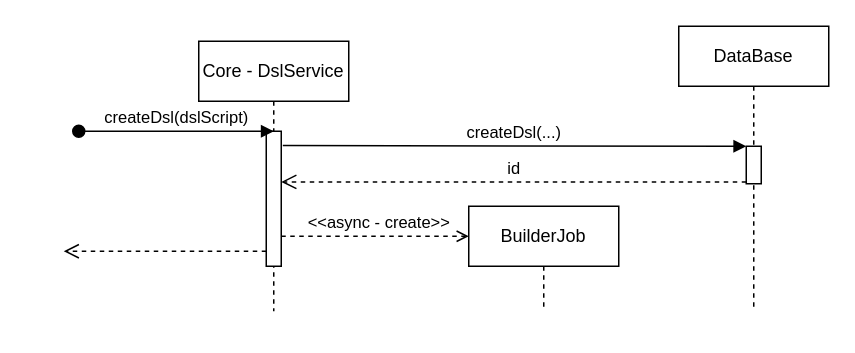
Before: page "Copy of Page-2" (2 of 3) of doc/src/content/75_implementation/process.drawio in Tiegris/KonstrainR, a draw.io diagram. Source tidied: cells renumbered, new cells numbered last; positions are measured from the earlier drawing's top-left corner, leaving out a move shared by most shapes. Both pictures are drawn from the tidied source at 150%, with x=0, y=0 at pixel (63, 26).
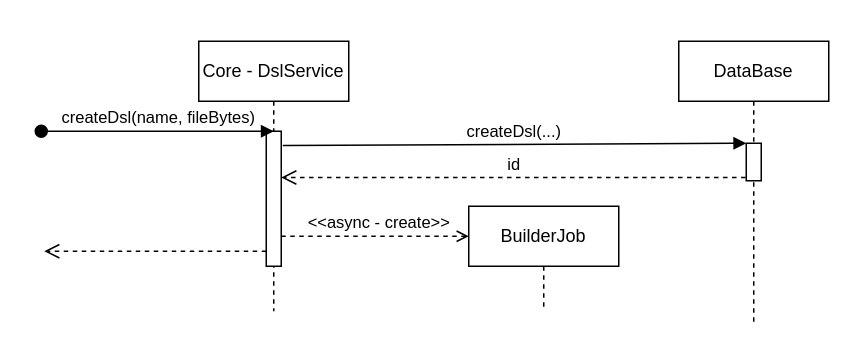
Above is the later version.

Diff of the diagram source:
```diff
@@
 <mxGraphModel>
   <root>
     <mxCell id="0" />
     <mxCell id="1" parent="0" />
     <mxCell id="2" value="Core - DslService" style="shape=umlLifeline;perimeter=lifelinePerimeter;whiteSpace=wrap;html=1;" parent="1" vertex="1">
       <mxGeometry x="90" y="10" width="100" height="180" as="geometry" />
     </mxCell>
     <mxCell id="3" style="html=1;points=[];perimeter=orthogonalPerimeter;" parent="2" vertex="1">
       <mxGeometry x="45" y="60" width="10" height="90" as="geometry" />
     </mxCell>
-    <mxCell id="4" value="createDsl(dslScript)" style="html=1;verticalAlign=bottom;startArrow=oval;endArrow=block;startSize=8;" parent="2" edge="1">
+    <mxCell id="4" value="createDsl(name, fileBytes)" style="html=1;verticalAlign=bottom;startArrow=oval;endArrow=block;startSize=8;" parent="2" edge="1">
       <mxGeometry relative="1" as="geometry">
-        <mxPoint x="-80" y="60" as="sourcePoint" />
+        <mxPoint x="-105" y="60" as="sourcePoint" />
         <mxPoint x="50" y="60" as="targetPoint" />
       </mxGeometry>
     </mxCell>
     <mxCell id="5" value="DataBase" style="shape=umlLifeline;perimeter=lifelinePerimeter;whiteSpace=wrap;html=1;" parent="1" vertex="1">
-      <mxGeometry x="410" width="100" height="190" as="geometry" />
+      <mxGeometry x="410" y="10" width="100" height="190" as="geometry" />
     </mxCell>
     <mxCell id="6" style="html=1;points=[];perimeter=orthogonalPerimeter;" parent="5" vertex="1">
-      <mxGeometry x="45" y="80" width="10" height="25" as="geometry" />
+      <mxGeometry x="45" y="68" width="10" height="25" as="geometry" />
     </mxCell>
     <mxCell id="7" style="html=1;verticalAlign=bottom;labelBackgroundColor=none;endArrow=open;endFill=0;dashed=1;" parent="1" edge="1" source="3">
       <mxGeometry relative="1" as="geometry">
         <mxPoint x="270" y="140" as="targetPoint" />
       </mxGeometry>
     </mxCell>
     <mxCell id="8" value="&amp;lt;&amp;lt;async - create&amp;gt;&amp;gt;" style="edgeLabel;html=1;align=center;verticalAlign=middle;" parent="7" vertex="1">
       <mxGeometry x="0.45" relative="1" as="geometry">
         <mxPoint x="-27" y="-10" as="offset" />
       </mxGeometry>
     </mxCell>
     <mxCell id="9" value="BuilderJob" style="shape=umlLifeline;perimeter=lifelinePerimeter;whiteSpace=wrap;html=1;" parent="1" vertex="1">
       <mxGeometry x="270" y="120" width="100" height="70" as="geometry" />
     </mxCell>
     <mxCell id="10" value="createDsl(...)" style="html=1;verticalAlign=bottom;endArrow=block;entryX=0;entryY=0;exitX=1.104;exitY=0.106;exitDx=0;exitDy=0;exitPerimeter=0;" parent="1" edge="1" source="3" target="6">
       <mxGeometry relative="1" as="geometry" />
     </mxCell>
-    <mxCell id="11" value="id" style="html=1;verticalAlign=bottom;endArrow=open;dashed=1;endSize=8;exitX=0;exitY=0.95;" parent="1" edge="1" source="6" target="3">
+    <mxCell id="11" value="id" style="html=1;verticalAlign=bottom;endArrow=open;dashed=1;endSize=8;exitX=-0.047;exitY=0.913;exitDx=0;exitDy=0;exitPerimeter=0;" parent="1" edge="1" source="6" target="3">
       <mxGeometry relative="1" as="geometry" />
     </mxCell>
     <mxCell id="12" style="html=1;verticalAlign=bottom;endArrow=open;dashed=1;endSize=8;" parent="1" edge="1" source="3">
       <mxGeometry x="-0.14" y="-10" relative="1" as="geometry">
-        <mxPoint y="150" as="targetPoint" />
+        <mxPoint x="-13" y="150" as="targetPoint" />
       </mxGeometry>
     </mxCell>
   </root>
 </mxGraphModel>
```
